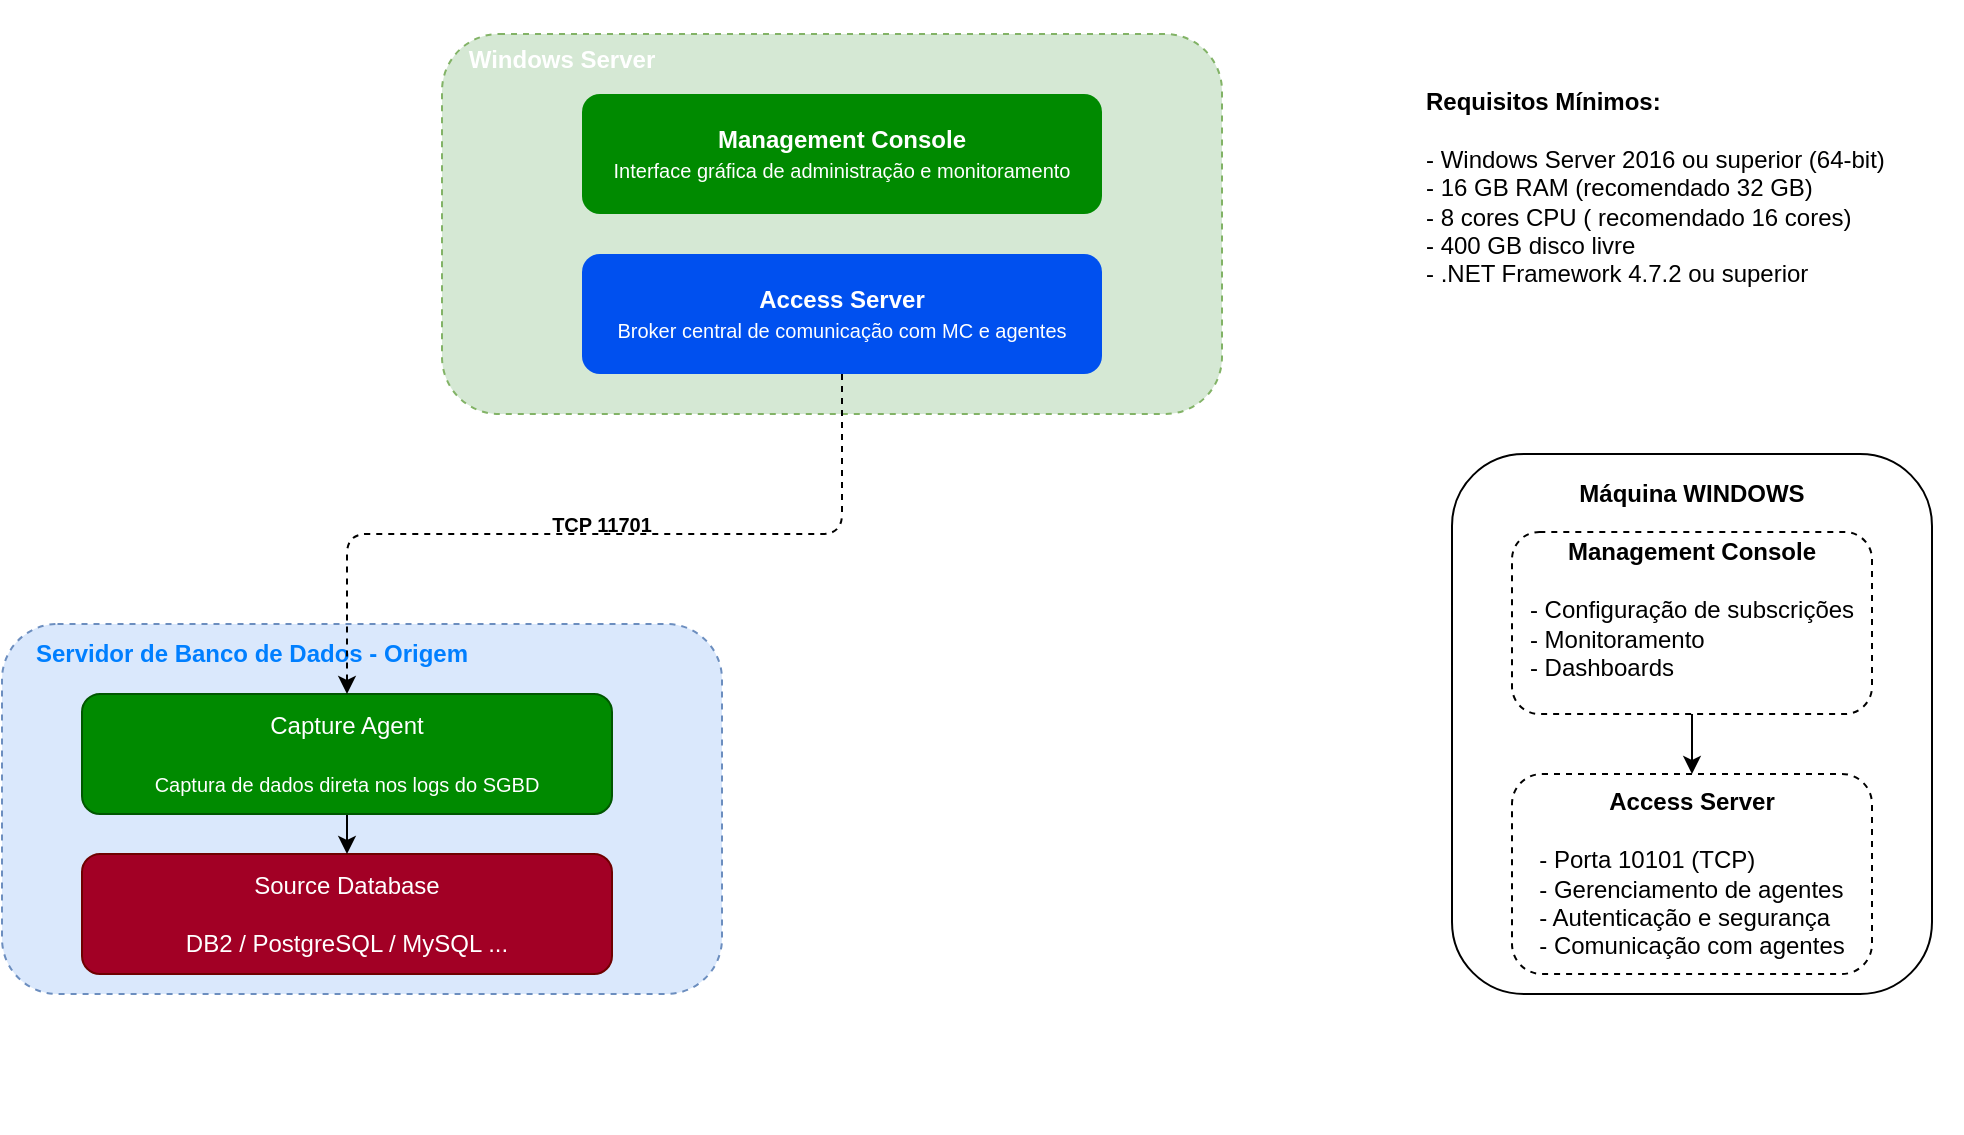
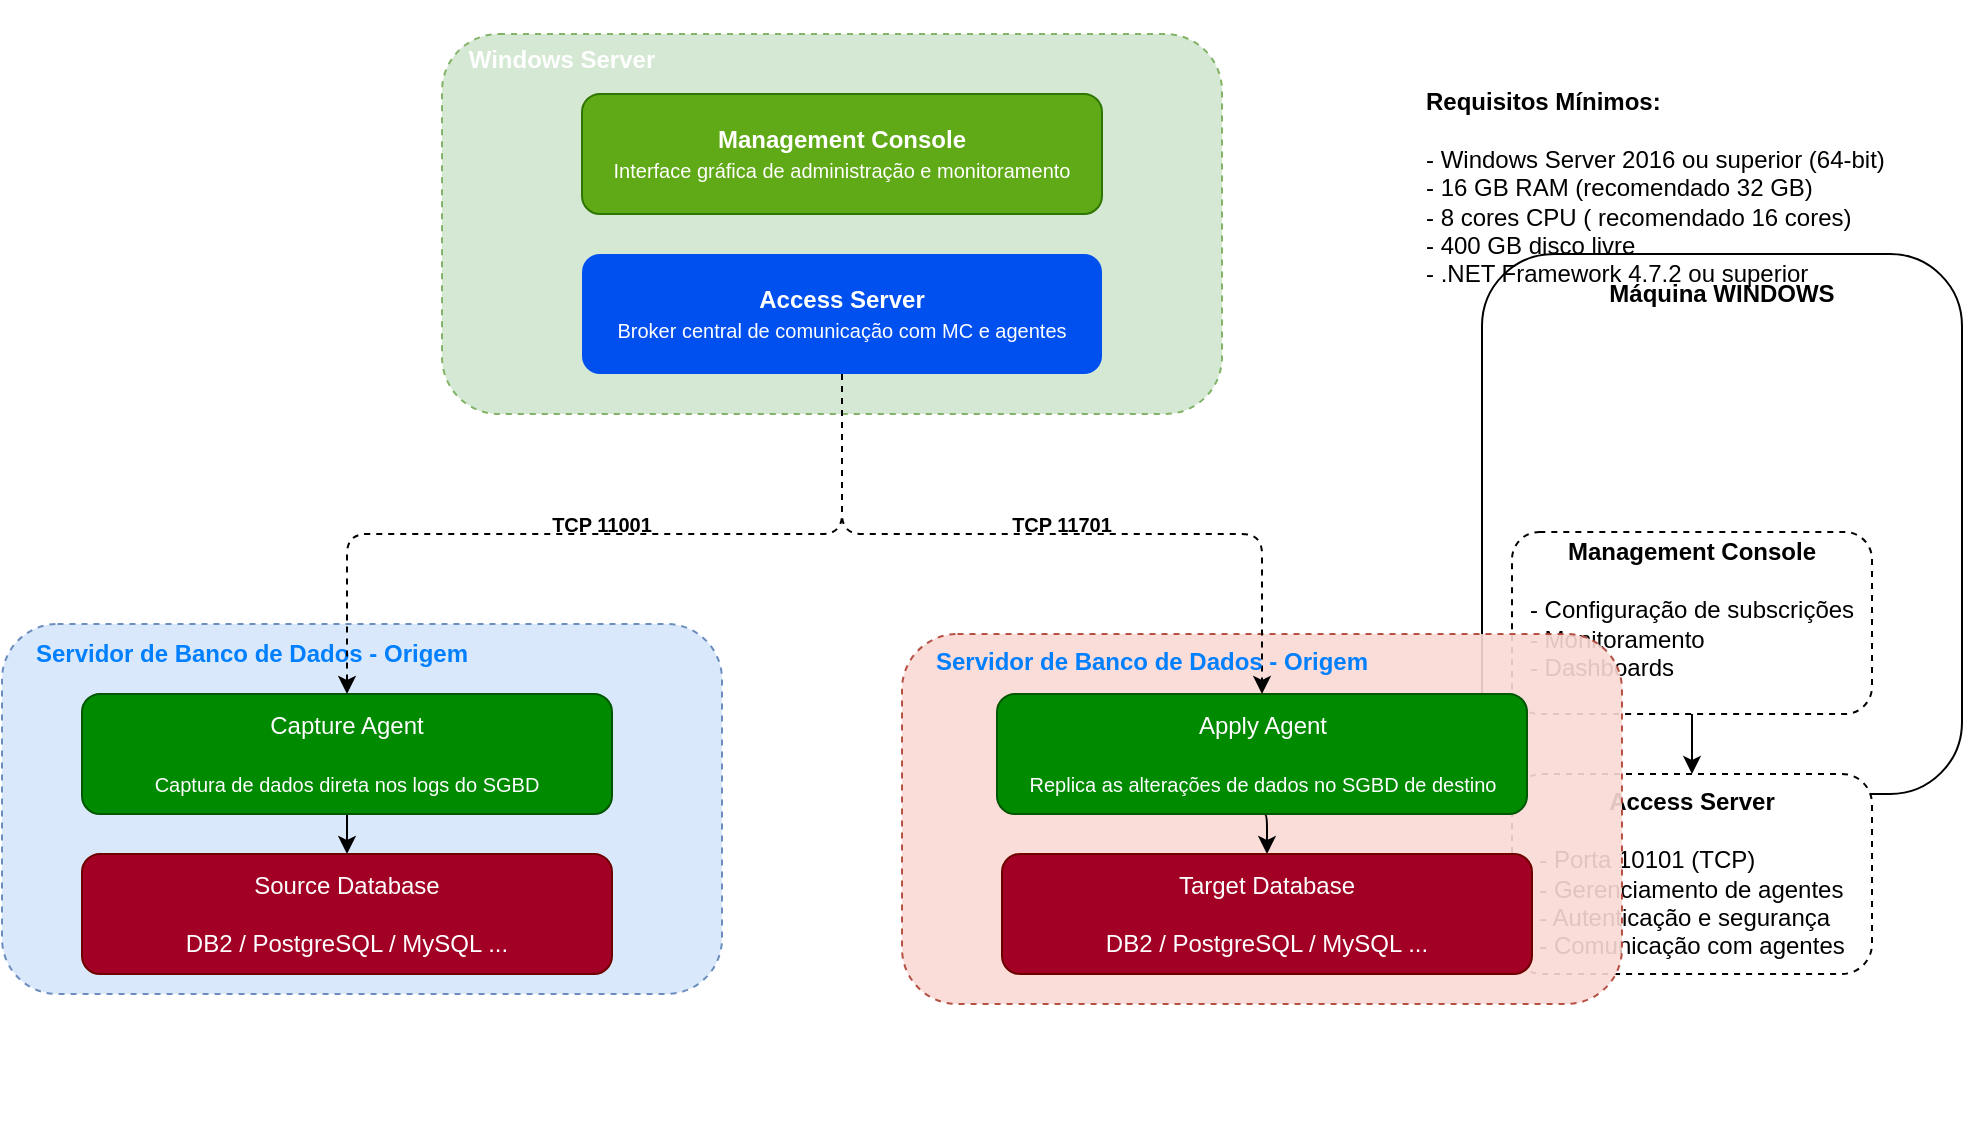
<mxfile host="app.diagrams.net">
  <diagram name="Page-1" id="ufLM51pSvgMN4Yb4cNfk">
    <mxGraphModel dx="1414" dy="766" grid="1" gridSize="10" guides="1" tooltips="1" connect="1" arrows="1" fold="1" page="1" pageScale="1" pageWidth="1169" pageHeight="827" math="0" shadow="0">
      <root>
        <mxCell id="0" />
        <mxCell id="1" parent="0" />
        <mxCell id="JlA0C_7pM_n0fd6ZD8XW-1" parent="1" style="rounded=1;whiteSpace=wrap;html=1;" value="&lt;div&gt;&lt;b&gt;&lt;br&gt;&lt;/b&gt;&lt;/div&gt;&lt;b&gt;&lt;div&gt;&lt;b&gt;&lt;br&gt;&lt;/b&gt;&lt;/div&gt;Máquina WINDOWS&lt;/b&gt;&lt;div&gt;&lt;b&gt;&lt;br&gt;&lt;/b&gt;&lt;div&gt;&lt;div&gt;&lt;b&gt;&lt;br&gt;&lt;/b&gt;&lt;/div&gt;&lt;div&gt;&lt;b&gt;&lt;br&gt;&lt;/b&gt;&lt;/div&gt;&lt;div&gt;&lt;b&gt;&lt;br&gt;&lt;/b&gt;&lt;/div&gt;&lt;div&gt;&lt;b&gt;&lt;br&gt;&lt;/b&gt;&lt;/div&gt;&lt;div&gt;&lt;b&gt;&lt;br&gt;&lt;/b&gt;&lt;/div&gt;&lt;div&gt;&lt;b&gt;&lt;br&gt;&lt;/b&gt;&lt;/div&gt;&lt;div&gt;&lt;b&gt;&lt;br&gt;&lt;/b&gt;&lt;/div&gt;&lt;div&gt;&lt;b&gt;&lt;br&gt;&lt;/b&gt;&lt;/div&gt;&lt;div&gt;&lt;b&gt;&lt;br&gt;&lt;/b&gt;&lt;/div&gt;&lt;div&gt;&lt;b&gt;&lt;br&gt;&lt;/b&gt;&lt;/div&gt;&lt;div&gt;&lt;b&gt;&lt;br&gt;&lt;/b&gt;&lt;/div&gt;&lt;div&gt;&lt;b&gt;&lt;br&gt;&lt;/b&gt;&lt;/div&gt;&lt;div&gt;&lt;b&gt;&lt;br&gt;&lt;/b&gt;&lt;/div&gt;&lt;div&gt;&lt;b&gt;&lt;br&gt;&lt;/b&gt;&lt;/div&gt;&lt;div&gt;&lt;b&gt;&lt;br&gt;&lt;/b&gt;&lt;/div&gt;&lt;div&gt;&lt;b&gt;&lt;br&gt;&lt;/b&gt;&lt;/div&gt;&lt;div&gt;&lt;br&gt;&lt;/div&gt;&lt;/div&gt;&lt;/div&gt;" vertex="1">
-           <mxGeometry height="270" width="240" x="895" y="310" as="geometry" />
+           <mxGeometry height="270" width="240" x="910" y="210" as="geometry" />
        </mxCell>
        <mxCell id="JlA0C_7pM_n0fd6ZD8XW-12" edge="1" parent="1" source="JlA0C_7pM_n0fd6ZD8XW-5" style="edgeStyle=orthogonalEdgeStyle;rounded=1;orthogonalLoop=1;jettySize=auto;html=1;" target="JlA0C_7pM_n0fd6ZD8XW-8" value="">
          <mxGeometry relative="1" as="geometry" />
        </mxCell>
        <mxCell id="JlA0C_7pM_n0fd6ZD8XW-5" parent="1" style="rounded=1;whiteSpace=wrap;html=1;dashed=1;" value="&lt;div&gt;&lt;br class=&quot;Apple-interchange-newline&quot;&gt;&lt;br&gt;&lt;/div&gt;&lt;div&gt;&lt;br&gt;&lt;/div&gt;&lt;div&gt;&lt;br&gt;&lt;/div&gt;&lt;b&gt;&lt;div&gt;&lt;b&gt;&lt;br&gt;&lt;/b&gt;&lt;/div&gt;Management Console&lt;/b&gt;&lt;div&gt;&lt;span style=&quot;background-color: transparent; color: light-dark(rgb(0, 0, 0), rgb(255, 255, 255)); text-align: left;&quot;&gt;&lt;br&gt;&lt;/span&gt;&lt;/div&gt;&lt;div&gt;&lt;span style=&quot;background-color: transparent; color: light-dark(rgb(0, 0, 0), rgb(255, 255, 255)); text-align: left;&quot;&gt;- Configuração de subscrições&lt;/span&gt;&lt;/div&gt;&lt;div style=&quot;text-align: left;&quot;&gt;- Monitoramento&lt;/div&gt;&lt;div style=&quot;text-align: left;&quot;&gt;- Dashboards&lt;/div&gt;&lt;div&gt;&lt;br&gt;&lt;/div&gt;&lt;div&gt;&lt;br&gt;&lt;/div&gt;&lt;div&gt;&lt;br&gt;&lt;/div&gt;&lt;div&gt;&lt;br&gt;&lt;/div&gt;&lt;div&gt;&lt;br&gt;&lt;/div&gt;&lt;div&gt;&lt;br&gt;&lt;/div&gt;" vertex="1">
          <mxGeometry height="91" width="180" x="925" y="349" as="geometry" />
        </mxCell>
        <mxCell id="JlA0C_7pM_n0fd6ZD8XW-6" edge="1" parent="1" source="JlA0C_7pM_n0fd6ZD8XW-5" style="edgeStyle=orthogonalEdgeStyle;rounded=1;orthogonalLoop=1;jettySize=auto;html=1;exitX=0.5;exitY=1;exitDx=0;exitDy=0;" target="JlA0C_7pM_n0fd6ZD8XW-5">
          <mxGeometry relative="1" as="geometry" />
        </mxCell>
        <mxCell id="JlA0C_7pM_n0fd6ZD8XW-8" parent="1" style="rounded=1;whiteSpace=wrap;html=1;dashed=1;" value="&lt;div&gt;&lt;br class=&quot;Apple-interchange-newline&quot;&gt;&lt;br&gt;&lt;/div&gt;&lt;div&gt;&lt;br&gt;&lt;/div&gt;&lt;div&gt;&lt;br&gt;&lt;/div&gt;&lt;div&gt;&lt;br&gt;&lt;/div&gt;&lt;b&gt;&lt;div&gt;&lt;b&gt;&lt;br&gt;&lt;/b&gt;&lt;/div&gt;Access Server&lt;br&gt;&lt;/b&gt;&lt;div&gt;&lt;br&gt;&lt;/div&gt;&lt;div style=&quot;text-align: left;&quot;&gt;- Porta 10101 (TCP)&lt;/div&gt;&lt;div style=&quot;text-align: left;&quot;&gt;- Gerenciamento de agentes&lt;/div&gt;&lt;div style=&quot;text-align: left;&quot;&gt;- Autenticação e segurança&lt;/div&gt;&lt;div style=&quot;text-align: left;&quot;&gt;- Comunicação com agentes&lt;/div&gt;&lt;div&gt;&lt;br&gt;&lt;/div&gt;&lt;div&gt;&lt;br&gt;&lt;/div&gt;&lt;div&gt;&lt;br&gt;&lt;/div&gt;&lt;div&gt;&lt;br&gt;&lt;/div&gt;&lt;div&gt;&lt;br&gt;&lt;/div&gt;&lt;div&gt;&lt;br&gt;&lt;/div&gt;" vertex="1">
          <mxGeometry height="100" width="180" x="925" y="470" as="geometry" />
        </mxCell>
        <mxCell id="JlA0C_7pM_n0fd6ZD8XW-11" parent="1" style="text;html=1;whiteSpace=wrap;strokeColor=none;fillColor=none;align=left;verticalAlign=middle;rounded=1;" value="&lt;b&gt;Requisitos Mínimos:&amp;nbsp;&lt;/b&gt;&lt;div&gt;&lt;br&gt;&lt;div&gt;- Windows Server 2016 ou superior (64-bit)&lt;/div&gt;&lt;div&gt;- 16 GB RAM (recomendado 32 GB)&lt;/div&gt;&lt;div&gt;- 8 cores CPU ( recomendado 16 cores)&lt;/div&gt;&lt;div&gt;- 400 GB disco livre&lt;/div&gt;&lt;div&gt;- .NET Framework 4.7.2 ou superior&lt;/div&gt;&lt;/div&gt;" vertex="1">
          <mxGeometry height="94" width="270" x="880" y="130" as="geometry" />
        </mxCell>
        <mxCell id="tYhzWE4TQe1GP2W0sffB-1" parent="1" style="rounded=1;whiteSpace=wrap;html=1;fillColor=#d5e8d4;strokeColor=#82b366;dashed=1;" value="" vertex="1">
          <mxGeometry height="190" width="390" x="390" y="100" as="geometry" />
        </mxCell>
-         <mxCell id="tYhzWE4TQe1GP2W0sffB-2" parent="1" style="rounded=1;whiteSpace=wrap;html=1;fillColor=#008a00;fontColor=#ffffff;strokeColor=none;" value="&lt;b&gt;Management Console&lt;/b&gt;&lt;div&gt;&lt;font style=&quot;font-size: 10px;&quot;&gt;Interface gráfica de administração e monitoramento&lt;/font&gt;&lt;/div&gt;" vertex="1">
+         <mxCell id="tYhzWE4TQe1GP2W0sffB-2" parent="1" style="rounded=1;whiteSpace=wrap;html=1;fillColor=#60a917;strokeColor=#2D7600;fontColor=#ffffff;" value="&lt;b&gt;Management Console&lt;/b&gt;&lt;div&gt;&lt;font style=&quot;font-size: 10px;&quot;&gt;Interface gráfica de administração e monitoramento&lt;/font&gt;&lt;/div&gt;" vertex="1">
          <mxGeometry height="60" width="260" x="460" y="130" as="geometry" />
        </mxCell>
        <mxCell id="tYhzWE4TQe1GP2W0sffB-3" parent="1" style="rounded=1;whiteSpace=wrap;html=1;fillColor=#0050ef;fontColor=#ffffff;strokeColor=none;" value="&lt;b&gt;Access Server&lt;/b&gt;&lt;div&gt;&lt;font style=&quot;font-size: 10px;&quot;&gt;Broker central de comunicação com MC e agentes&lt;/font&gt;&lt;/div&gt;" vertex="1">
          <mxGeometry height="60" width="260" x="460" y="210" as="geometry" />
        </mxCell>
        <mxCell id="tYhzWE4TQe1GP2W0sffB-6" parent="1" style="text;html=1;whiteSpace=wrap;strokeColor=none;fillColor=none;align=center;verticalAlign=middle;rounded=1;" value="&lt;font style=&quot;color: light-dark(rgb(255, 255, 255), rgb(255, 51, 255));&quot;&gt;&lt;b&gt;Windows Server&lt;/b&gt;&lt;/font&gt;" vertex="1">
          <mxGeometry height="60" width="100" x="400" y="83" as="geometry" />
        </mxCell>
        <mxCell id="tYhzWE4TQe1GP2W0sffB-7" parent="1" style="rounded=1;whiteSpace=wrap;html=1;fillColor=#dae8fc;strokeColor=#6c8ebf;dashed=1;" value="" vertex="1">
          <mxGeometry height="185" width="360" x="170" y="395" as="geometry" />
        </mxCell>
        <mxCell id="tYhzWE4TQe1GP2W0sffB-8" parent="1" style="text;html=1;whiteSpace=wrap;strokeColor=none;fillColor=none;align=center;verticalAlign=middle;rounded=1;" value="&lt;font style=&quot;color: light-dark(rgb(0, 127, 255), rgb(255, 51, 255));&quot;&gt;&lt;b style=&quot;&quot;&gt;Servidor de Banco de Dados - Origem&lt;/b&gt;&lt;/font&gt;" vertex="1">
          <mxGeometry height="60" width="250" x="170" y="380" as="geometry" />
        </mxCell>
        <mxCell id="tYhzWE4TQe1GP2W0sffB-10" parent="1" style="rounded=1;whiteSpace=wrap;html=1;fillColor=#a20025;fontColor=#ffffff;strokeColor=#6F0000;" value="Source Database&lt;div&gt;&lt;br&gt;&lt;/div&gt;&lt;div&gt;DB2 / PostgreSQL / MySQL ...&lt;/div&gt;" vertex="1">
          <mxGeometry height="60" width="265" x="210" y="510" as="geometry" />
        </mxCell>
        <mxCell id="tYhzWE4TQe1GP2W0sffB-16" edge="1" parent="1" source="tYhzWE4TQe1GP2W0sffB-12" style="edgeStyle=orthogonalEdgeStyle;rounded=1;orthogonalLoop=1;jettySize=auto;html=1;exitX=0.5;exitY=1;exitDx=0;exitDy=0;entryX=0.5;entryY=0;entryDx=0;entryDy=0;" target="tYhzWE4TQe1GP2W0sffB-10">
          <mxGeometry relative="1" as="geometry" />
        </mxCell>
        <mxCell id="tYhzWE4TQe1GP2W0sffB-12" parent="1" style="rounded=1;whiteSpace=wrap;html=1;fillColor=#008a00;fontColor=#ffffff;strokeColor=#005700;" value="&lt;div&gt;&lt;br&gt;&lt;/div&gt;Capture Agent&lt;div&gt;&lt;br&gt;&lt;div&gt;&lt;font style=&quot;font-size: 10px;&quot;&gt;Captura de dados direta nos logs do SGBD&lt;/font&gt;&lt;/div&gt;&lt;div&gt;&lt;br&gt;&lt;/div&gt;&lt;/div&gt;" vertex="1">
          <mxGeometry height="60" width="265" x="210" y="430" as="geometry" />
        </mxCell>
        <mxCell id="tYhzWE4TQe1GP2W0sffB-14" edge="1" parent="1" source="tYhzWE4TQe1GP2W0sffB-3" style="edgeStyle=orthogonalEdgeStyle;rounded=1;orthogonalLoop=1;jettySize=auto;html=1;dashed=1;" target="tYhzWE4TQe1GP2W0sffB-12">
          <mxGeometry relative="1" as="geometry" />
        </mxCell>
-         <mxCell id="tYhzWE4TQe1GP2W0sffB-15" parent="1" style="text;html=1;whiteSpace=wrap;strokeColor=none;fillColor=none;align=center;verticalAlign=middle;rounded=0;" value="&lt;font style=&quot;font-size: 10px;&quot;&gt;&lt;b&gt;TCP 11701&lt;/b&gt;&lt;/font&gt;" vertex="1">
+         <mxCell id="tYhzWE4TQe1GP2W0sffB-15" parent="1" style="text;html=1;whiteSpace=wrap;strokeColor=none;fillColor=none;align=center;verticalAlign=middle;rounded=0;" value="&lt;font style=&quot;font-size: 10px;&quot;&gt;&lt;b&gt;TCP 11001&lt;/b&gt;&lt;/font&gt;" vertex="1">
          <mxGeometry height="30" width="100" x="420" y="330" as="geometry" />
+         </mxCell>
+         <mxCell id="tYhzWE4TQe1GP2W0sffB-17" parent="1" style="rounded=1;whiteSpace=wrap;html=1;fillColor=#fad9d5;strokeColor=#ae4132;dashed=1;opacity=90;" value="" vertex="1">
+           <mxGeometry height="185" width="360" x="620" y="400" as="geometry" />
+         </mxCell>
+         <mxCell id="tYhzWE4TQe1GP2W0sffB-21" edge="1" parent="1" source="tYhzWE4TQe1GP2W0sffB-18" style="edgeStyle=orthogonalEdgeStyle;rounded=1;orthogonalLoop=1;jettySize=auto;html=1;exitX=0.5;exitY=1;exitDx=0;exitDy=0;entryX=0.5;entryY=0;entryDx=0;entryDy=0;" target="tYhzWE4TQe1GP2W0sffB-19">
+           <mxGeometry relative="1" as="geometry" />
+         </mxCell>
+         <mxCell id="tYhzWE4TQe1GP2W0sffB-18" parent="1" style="rounded=1;whiteSpace=wrap;html=1;fillColor=#008a00;fontColor=#ffffff;strokeColor=#005700;" value="&lt;div&gt;&lt;br&gt;&lt;/div&gt;Apply Agent&lt;div&gt;&lt;br&gt;&lt;div&gt;&lt;span style=&quot;font-size: 10px;&quot;&gt;Replica as alterações de dados no SGBD de destino&lt;/span&gt;&lt;/div&gt;&lt;div&gt;&lt;br&gt;&lt;/div&gt;&lt;/div&gt;" vertex="1">
+           <mxGeometry height="60" width="265" x="667.5" y="430" as="geometry" />
+         </mxCell>
+         <mxCell id="tYhzWE4TQe1GP2W0sffB-19" parent="1" style="rounded=1;whiteSpace=wrap;html=1;fillColor=#a20025;fontColor=#ffffff;strokeColor=#6F0000;" value="Target Database&lt;div&gt;&lt;br&gt;&lt;/div&gt;&lt;div&gt;DB2 / PostgreSQL / MySQL ...&lt;/div&gt;" vertex="1">
+           <mxGeometry height="60" width="265" x="670" y="510" as="geometry" />
+         </mxCell>
+         <mxCell id="tYhzWE4TQe1GP2W0sffB-23" parent="1" style="text;html=1;whiteSpace=wrap;strokeColor=none;fillColor=none;align=center;verticalAlign=middle;rounded=0;" value="&lt;font style=&quot;font-size: 10px;&quot;&gt;&lt;b&gt;TCP 11701&lt;/b&gt;&lt;/font&gt;" vertex="1">
+           <mxGeometry height="30" width="100" x="650" y="330" as="geometry" />
+         </mxCell>
+         <mxCell id="tYhzWE4TQe1GP2W0sffB-22" edge="1" parent="1" source="tYhzWE4TQe1GP2W0sffB-3" style="edgeStyle=orthogonalEdgeStyle;rounded=1;orthogonalLoop=1;jettySize=auto;html=1;entryX=0.5;entryY=0;entryDx=0;entryDy=0;dashed=1;" target="tYhzWE4TQe1GP2W0sffB-18">
+           <mxGeometry relative="1" as="geometry">
+             <Array as="points">
+               <mxPoint x="590" y="350" />
+               <mxPoint x="800" y="350" />
+             </Array>
+           </mxGeometry>
+         </mxCell>
+         <mxCell id="tYhzWE4TQe1GP2W0sffB-24" parent="1" style="text;html=1;whiteSpace=wrap;strokeColor=none;fillColor=none;align=center;verticalAlign=middle;rounded=1;" value="&lt;font style=&quot;color: light-dark(rgb(0, 127, 255), rgb(255, 51, 255));&quot;&gt;&lt;b style=&quot;&quot;&gt;Servidor de Banco de Dados - Origem&lt;/b&gt;&lt;/font&gt;" vertex="1">
+           <mxGeometry height="60" width="250" x="620" y="384" as="geometry" />
        </mxCell>
      </root>
    </mxGraphModel>
  </diagram>
</mxfile>
